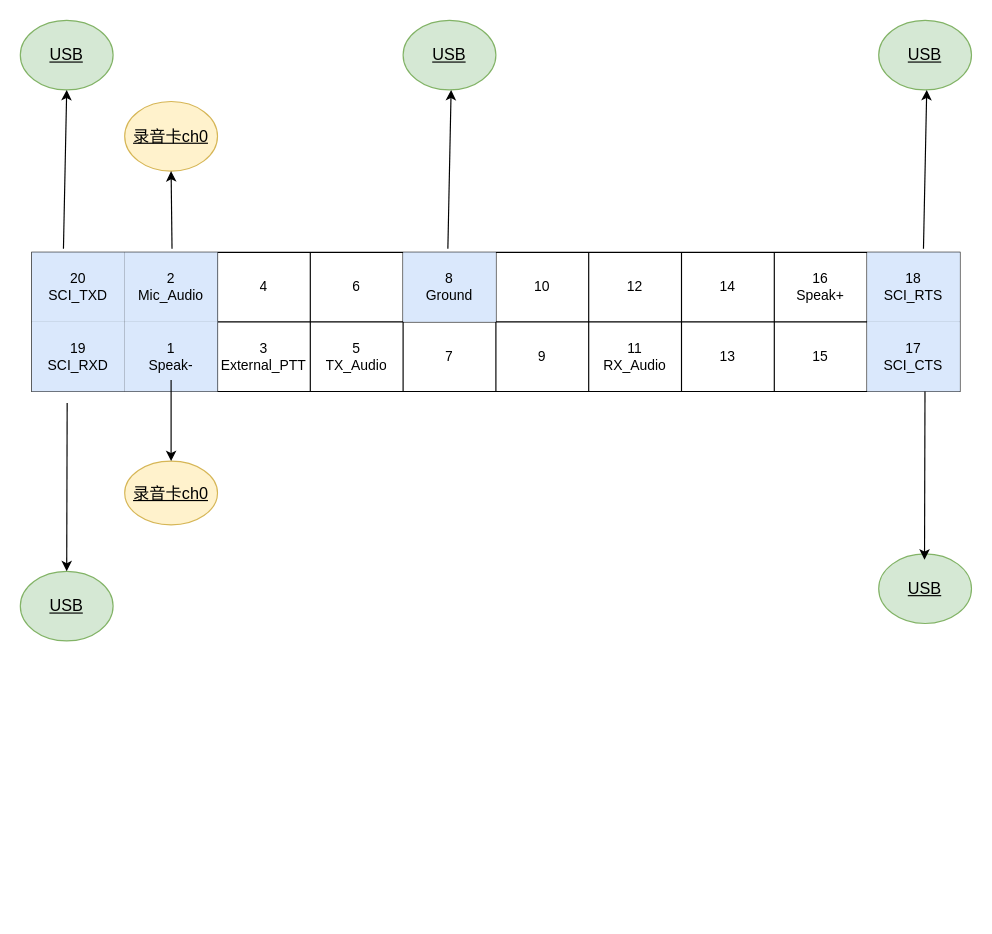
Before: 800EMT.drawio in xibeidong/DrawIO, a draw.io diagram. Source tidied: cells renumbered, new cells numbered last; positions are measured from the earlier drawing's top-left corner, leaving out a move shared by most shapes. Both pictures are drawn from the tidied source at 116%, with x=0, y=0 at pixel (20, 20).
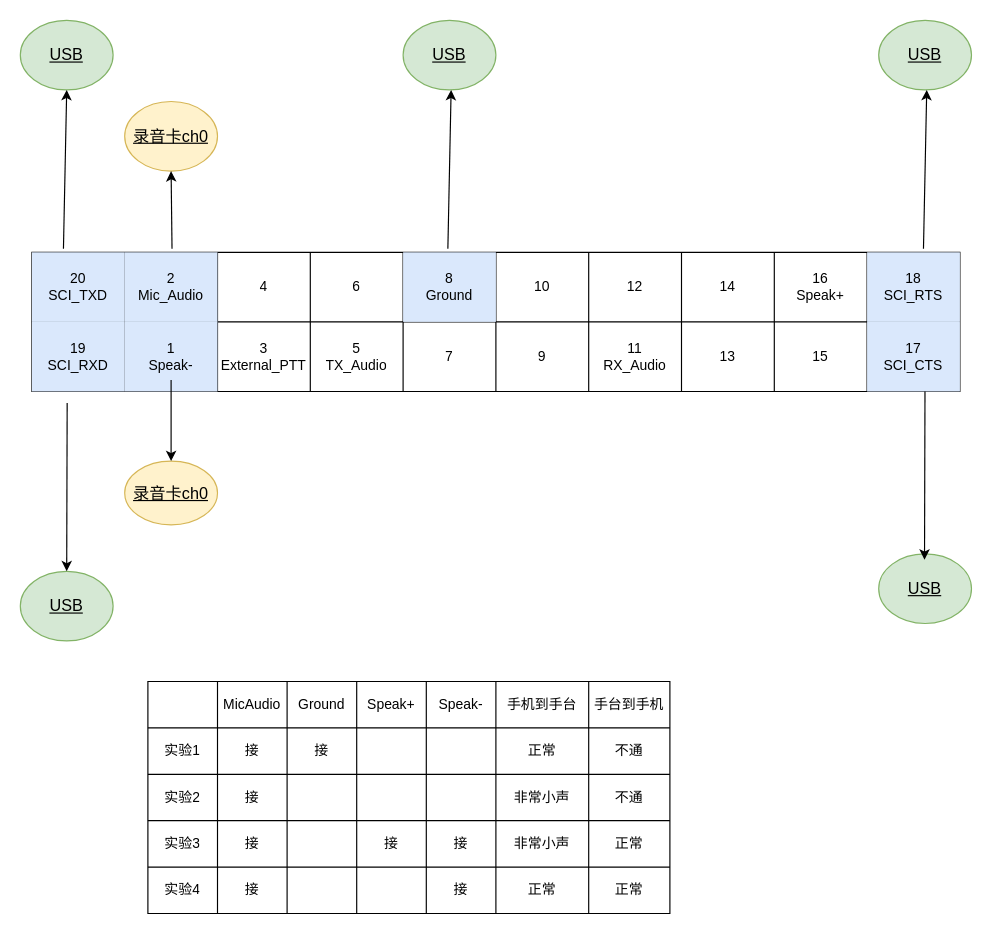
After the change.

What changed in the source:
```diff
@@
+    <mxCell id="39" style="shape=table;html=1;whiteSpace=wrap;startSize=0;childLayout=tableLayout;" parent="1" vertex="1">
+      <mxGeometry x="110" y="570" width="450" height="200" as="geometry" />
+    </mxCell>
+    <mxCell id="40" style="shape=partialRectangle;html=1;whiteSpace=wrap;fillColor=none;top=0;left=0;bottom=0;right=0;" parent="39" vertex="1">
+      <mxGeometry width="450" height="40" as="geometry" />
+    </mxCell>
+    <mxCell id="41" style="shape=partialRectangle;html=1;whiteSpace=wrap;overflow=hidden;fillColor=none;top=0;left=0;bottom=0;right=0;" parent="40" vertex="1">
+      <mxGeometry width="60" height="40" as="geometry" />
+    </mxCell>
+    <mxCell id="42" value="MicAudio" style="shape=partialRectangle;html=1;whiteSpace=wrap;overflow=hidden;fillColor=none;top=0;left=0;bottom=0;right=0;" parent="40" vertex="1">
+      <mxGeometry x="60" width="60" height="40" as="geometry" />
+    </mxCell>
+    <mxCell id="43" value="Ground" style="shape=partialRectangle;html=1;whiteSpace=wrap;overflow=hidden;fillColor=none;top=0;left=0;bottom=0;right=0;" parent="40" vertex="1">
+      <mxGeometry x="120" width="60" height="40" as="geometry" />
+    </mxCell>
+    <mxCell id="44" value="Speak+" style="shape=partialRectangle;html=1;whiteSpace=wrap;overflow=hidden;fillColor=none;top=0;left=0;bottom=0;right=0;" parent="40" vertex="1">
+      <mxGeometry x="180" width="60" height="40" as="geometry" />
+    </mxCell>
+    <mxCell id="45" value="Speak-" style="shape=partialRectangle;html=1;whiteSpace=wrap;overflow=hidden;fillColor=none;top=0;left=0;bottom=0;right=0;" parent="40" vertex="1">
+      <mxGeometry x="240" width="60" height="40" as="geometry" />
+    </mxCell>
+    <mxCell id="46" value="手机到手台" style="shape=partialRectangle;html=1;whiteSpace=wrap;overflow=hidden;fillColor=none;top=0;left=0;bottom=0;right=0;" parent="40" vertex="1">
+      <mxGeometry x="300" width="80" height="40" as="geometry" />
+    </mxCell>
+    <mxCell id="47" value="手台到手机" style="shape=partialRectangle;html=1;whiteSpace=wrap;overflow=hidden;fillColor=none;top=0;left=0;bottom=0;right=0;" parent="40" vertex="1">
+      <mxGeometry x="380" width="70" height="40" as="geometry" />
+    </mxCell>
+    <mxCell id="48" style="shape=partialRectangle;html=1;whiteSpace=wrap;fillColor=none;top=0;left=0;bottom=0;right=0;" parent="39" vertex="1">
+      <mxGeometry y="40" width="450" height="40" as="geometry" />
+    </mxCell>
+    <mxCell id="49" value="实验1" style="shape=partialRectangle;html=1;whiteSpace=wrap;overflow=hidden;fillColor=none;top=0;left=0;bottom=0;right=0;" parent="48" vertex="1">
+      <mxGeometry width="60" height="40" as="geometry" />
+    </mxCell>
+    <mxCell id="50" value="接" style="shape=partialRectangle;html=1;whiteSpace=wrap;overflow=hidden;fillColor=none;top=0;left=0;bottom=0;right=0;" parent="48" vertex="1">
+      <mxGeometry x="60" width="60" height="40" as="geometry" />
+    </mxCell>
+    <mxCell id="51" value="接" style="shape=partialRectangle;html=1;whiteSpace=wrap;overflow=hidden;fillColor=none;top=0;left=0;bottom=0;right=0;" parent="48" vertex="1">
+      <mxGeometry x="120" width="60" height="40" as="geometry" />
+    </mxCell>
+    <mxCell id="52" style="shape=partialRectangle;html=1;whiteSpace=wrap;overflow=hidden;fillColor=none;top=0;left=0;bottom=0;right=0;" parent="48" vertex="1">
+      <mxGeometry x="180" width="60" height="40" as="geometry" />
+    </mxCell>
+    <mxCell id="53" style="shape=partialRectangle;html=1;whiteSpace=wrap;overflow=hidden;fillColor=none;top=0;left=0;bottom=0;right=0;" parent="48" vertex="1">
+      <mxGeometry x="240" width="60" height="40" as="geometry" />
+    </mxCell>
+    <mxCell id="54" value="正常" style="shape=partialRectangle;html=1;whiteSpace=wrap;overflow=hidden;fillColor=none;top=0;left=0;bottom=0;right=0;" parent="48" vertex="1">
+      <mxGeometry x="300" width="80" height="40" as="geometry" />
+    </mxCell>
+    <mxCell id="55" value="不通" style="shape=partialRectangle;html=1;whiteSpace=wrap;overflow=hidden;fillColor=none;top=0;left=0;bottom=0;right=0;" parent="48" vertex="1">
+      <mxGeometry x="380" width="70" height="40" as="geometry" />
+    </mxCell>
+    <mxCell id="56" style="shape=partialRectangle;html=1;whiteSpace=wrap;fillColor=none;top=0;left=0;bottom=0;right=0;" parent="39" vertex="1">
+      <mxGeometry y="80" width="450" height="40" as="geometry" />
+    </mxCell>
+    <mxCell id="57" value="&lt;span&gt;实验2&lt;/span&gt;" style="shape=partialRectangle;html=1;whiteSpace=wrap;overflow=hidden;fillColor=none;top=0;left=0;bottom=0;right=0;" parent="56" vertex="1">
+      <mxGeometry width="60" height="40" as="geometry" />
+    </mxCell>
+    <mxCell id="58" value="接" style="shape=partialRectangle;html=1;whiteSpace=wrap;overflow=hidden;fillColor=none;top=0;left=0;bottom=0;right=0;" parent="56" vertex="1">
+      <mxGeometry x="60" width="60" height="40" as="geometry" />
+    </mxCell>
+    <mxCell id="59" style="shape=partialRectangle;html=1;whiteSpace=wrap;overflow=hidden;fillColor=none;top=0;left=0;bottom=0;right=0;" parent="56" vertex="1">
+      <mxGeometry x="120" width="60" height="40" as="geometry" />
+    </mxCell>
+    <mxCell id="60" style="shape=partialRectangle;html=1;whiteSpace=wrap;overflow=hidden;fillColor=none;top=0;left=0;bottom=0;right=0;" parent="56" vertex="1">
+      <mxGeometry x="180" width="60" height="40" as="geometry" />
+    </mxCell>
+    <mxCell id="61" style="shape=partialRectangle;html=1;whiteSpace=wrap;overflow=hidden;fillColor=none;top=0;left=0;bottom=0;right=0;" parent="56" vertex="1">
+      <mxGeometry x="240" width="60" height="40" as="geometry" />
+    </mxCell>
+    <mxCell id="62" value="非常小声" style="shape=partialRectangle;html=1;whiteSpace=wrap;overflow=hidden;fillColor=none;top=0;left=0;bottom=0;right=0;" parent="56" vertex="1">
+      <mxGeometry x="300" width="80" height="40" as="geometry" />
+    </mxCell>
+    <mxCell id="63" value="不通" style="shape=partialRectangle;html=1;whiteSpace=wrap;overflow=hidden;fillColor=none;top=0;left=0;bottom=0;right=0;" parent="56" vertex="1">
+      <mxGeometry x="380" width="70" height="40" as="geometry" />
+    </mxCell>
+    <mxCell id="64" style="shape=partialRectangle;html=1;whiteSpace=wrap;fillColor=none;top=0;left=0;bottom=0;right=0;" parent="39" vertex="1">
+      <mxGeometry y="120" width="450" height="40" as="geometry" />
+    </mxCell>
+    <mxCell id="65" value="&lt;span&gt;实验3&lt;/span&gt;" style="shape=partialRectangle;html=1;whiteSpace=wrap;overflow=hidden;fillColor=none;top=0;left=0;bottom=0;right=0;" parent="64" vertex="1">
+      <mxGeometry width="60" height="40" as="geometry" />
+    </mxCell>
+    <mxCell id="66" value="接" style="shape=partialRectangle;html=1;whiteSpace=wrap;overflow=hidden;fillColor=none;top=0;left=0;bottom=0;right=0;" parent="64" vertex="1">
+      <mxGeometry x="60" width="60" height="40" as="geometry" />
+    </mxCell>
+    <mxCell id="67" style="shape=partialRectangle;html=1;whiteSpace=wrap;overflow=hidden;fillColor=none;top=0;left=0;bottom=0;right=0;" parent="64" vertex="1">
+      <mxGeometry x="120" width="60" height="40" as="geometry" />
+    </mxCell>
+    <mxCell id="68" value="接" style="shape=partialRectangle;html=1;whiteSpace=wrap;overflow=hidden;fillColor=none;top=0;left=0;bottom=0;right=0;" parent="64" vertex="1">
+      <mxGeometry x="180" width="60" height="40" as="geometry" />
+    </mxCell>
+    <mxCell id="69" value="接" style="shape=partialRectangle;html=1;whiteSpace=wrap;overflow=hidden;fillColor=none;top=0;left=0;bottom=0;right=0;" parent="64" vertex="1">
+      <mxGeometry x="240" width="60" height="40" as="geometry" />
+    </mxCell>
+    <mxCell id="70" value="非常小声" style="shape=partialRectangle;html=1;whiteSpace=wrap;overflow=hidden;fillColor=none;top=0;left=0;bottom=0;right=0;" parent="64" vertex="1">
+      <mxGeometry x="300" width="80" height="40" as="geometry" />
+    </mxCell>
+    <mxCell id="71" value="正常" style="shape=partialRectangle;html=1;whiteSpace=wrap;overflow=hidden;fillColor=none;top=0;left=0;bottom=0;right=0;" parent="64" vertex="1">
+      <mxGeometry x="380" width="70" height="40" as="geometry" />
+    </mxCell>
+    <mxCell id="72" style="shape=partialRectangle;html=1;whiteSpace=wrap;fillColor=none;top=0;left=0;bottom=0;right=0;" parent="39" vertex="1">
+      <mxGeometry y="160" width="450" height="40" as="geometry" />
+    </mxCell>
+    <mxCell id="73" value="&lt;span&gt;实验4&lt;/span&gt;" style="shape=partialRectangle;html=1;whiteSpace=wrap;overflow=hidden;fillColor=none;top=0;left=0;bottom=0;right=0;" parent="72" vertex="1">
+      <mxGeometry width="60" height="40" as="geometry" />
+    </mxCell>
+    <mxCell id="74" value="接" style="shape=partialRectangle;html=1;whiteSpace=wrap;overflow=hidden;fillColor=none;top=0;left=0;bottom=0;right=0;" parent="72" vertex="1">
+      <mxGeometry x="60" width="60" height="40" as="geometry" />
+    </mxCell>
+    <mxCell id="75" style="shape=partialRectangle;html=1;whiteSpace=wrap;overflow=hidden;fillColor=none;top=0;left=0;bottom=0;right=0;" parent="72" vertex="1">
+      <mxGeometry x="120" width="60" height="40" as="geometry" />
+    </mxCell>
+    <mxCell id="76" style="shape=partialRectangle;html=1;whiteSpace=wrap;overflow=hidden;fillColor=none;top=0;left=0;bottom=0;right=0;" parent="72" vertex="1">
+      <mxGeometry x="180" width="60" height="40" as="geometry" />
+    </mxCell>
+    <mxCell id="77" value="接" style="shape=partialRectangle;html=1;whiteSpace=wrap;overflow=hidden;fillColor=none;top=0;left=0;bottom=0;right=0;" parent="72" vertex="1">
+      <mxGeometry x="240" width="60" height="40" as="geometry" />
+    </mxCell>
+    <mxCell id="78" value="正常" style="shape=partialRectangle;html=1;whiteSpace=wrap;overflow=hidden;fillColor=none;top=0;left=0;bottom=0;right=0;" parent="72" vertex="1">
+      <mxGeometry x="300" width="80" height="40" as="geometry" />
+    </mxCell>
+    <mxCell id="79" value="正常" style="shape=partialRectangle;html=1;whiteSpace=wrap;overflow=hidden;fillColor=none;top=0;left=0;bottom=0;right=0;" parent="72" vertex="1">
+      <mxGeometry x="380" width="70" height="40" as="geometry" />
+    </mxCell>
```
